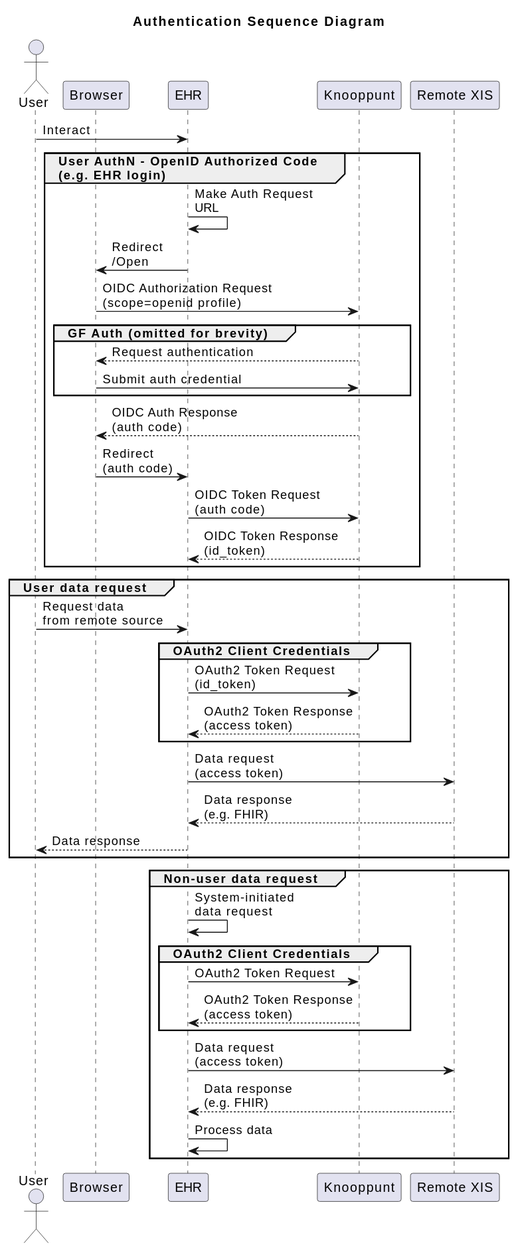
Earlier version of the PlantUML export docs/images/authentication-sd.svg (nuts-foundation/nuts-knooppunt).
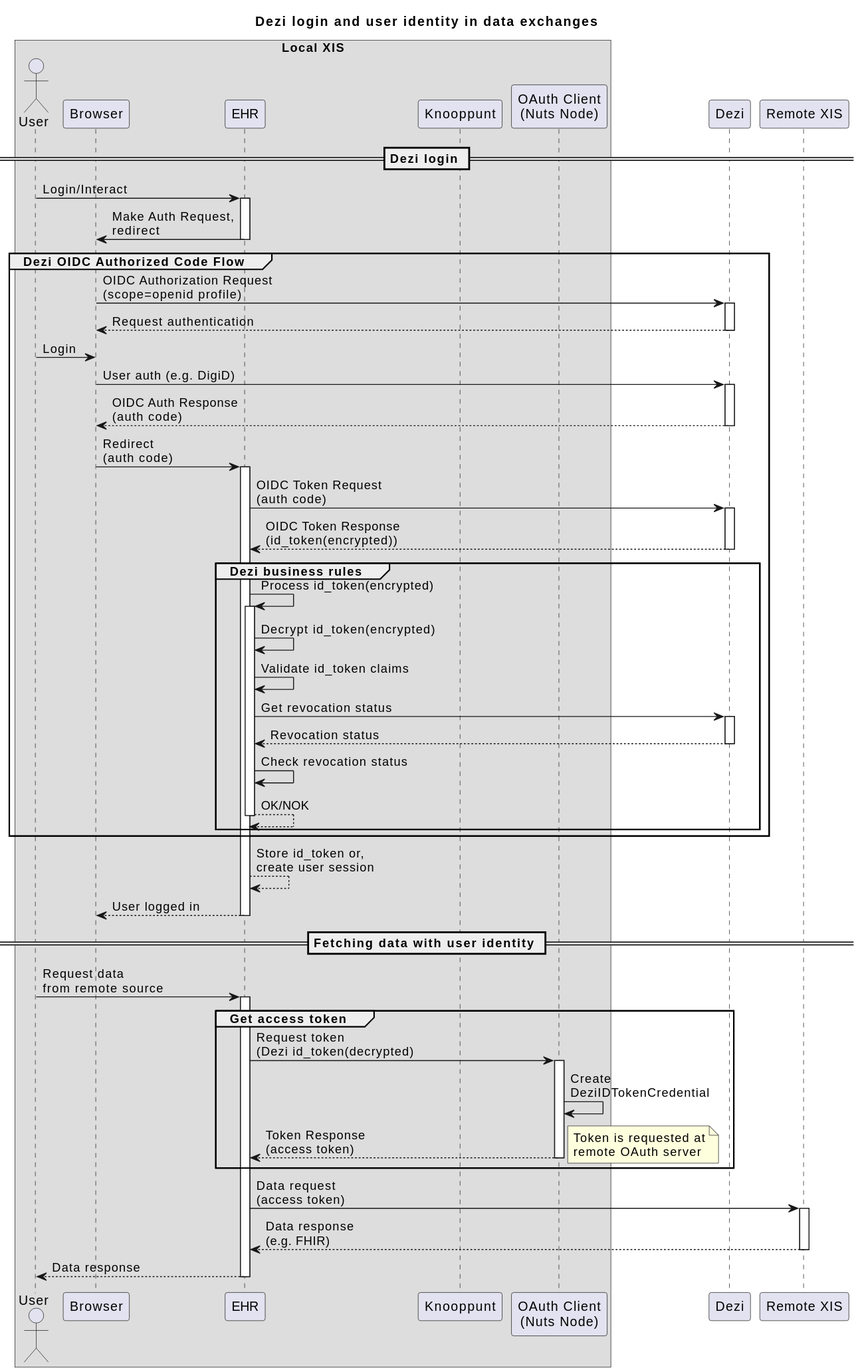
The same file after the commit.

Commit message:
Dezi credential implementation design (#363)

Diff of the diagram source:
```diff
@@ -1,51 +1,72 @@
 @startuml
-title Authentication Sequence Diagram
+title Dezi login and user identity in data exchanges
 
-actor User
-participant Browser
-participant EHR
-participant Knooppunt
-
+box "Local XIS"
+    actor User
+    participant Browser
+    participant EHR
+    participant Knooppunt
+    participant AuthClient as "OAuth Client\n(Nuts Node)"
+end box
+participant Dezi
 participant RemoteXIS as "Remote XIS"
 
-User -> EHR : Interact
-group User AuthN - OpenID Authorized Code\n(e.g. EHR login)
-    EHR -> EHR : Make Auth Request\nURL
-    EHR -> Browser : Redirect\n/Open
-    Browser -> Knooppunt : OIDC Authorization Request\n(scope=openid profile)
+== Dezi login ==
+User -> EHR : Login/Interact
+activate EHR
+EHR -> Browser : Make Auth Request,\nredirect
+deactivate EHR
+group Dezi OIDC Authorized Code Flow
+Browser -> Dezi : OIDC Authorization Request\n(scope=openid profile)
+activate Dezi
+Dezi --> Browser : Request authentication
+deactivate Dezi
 
-    group GF Auth (omitted for brevity)
-        Knooppunt --> Browser : Request authentication
-        Browser -> Knooppunt : Submit auth credential
-    end
+User -> Browser : Login
+Browser -> Dezi : User auth (e.g. DigiD)
+activate Dezi
+Dezi --> Browser : OIDC Auth Response\n(auth code)
+deactivate Dezi
+Browser -> EHR : Redirect\n(auth code)
+activate EHR
+EHR -> Dezi : OIDC Token Request\n(auth code)
+activate Dezi
+    Dezi --> EHR : OIDC Token Response\n(id_token(encrypted))
+deactivate Dezi
+group Dezi business rules
+    EHR -> EHR : Process id_token(encrypted)
+    activate EHR
+    EHR -> EHR : Decrypt id_token(encrypted)
+    EHR -> EHR : Validate id_token claims
+    EHR -> Dezi : Get revocation status
+    activate Dezi
+    Dezi --> EHR : Revocation status
+    deactivate Dezi
+    EHR -> EHR : Check revocation status
+    EHR --> EHR : OK/NOK
+    deactivate EHR
+end group
+end group
+EHR --> EHR : Store id_token or,\ncreate user session
+EHR --> Browser : User logged in
+deactivate EHR
 
-    Knooppunt --> Browser : OIDC Auth Response\n(auth code)
-    Browser -> EHR : Redirect\n(auth code)
-    EHR -> Knooppunt : OIDC Token Request\n(auth code)
-    Knooppunt --> EHR : OIDC Token Response\n(id_token)
+== Fetching data with user identity ==
+User -> EHR : Request data\nfrom remote source
+activate EHR
+group Get access token
+    EHR -> AuthClient : Request token\n(Dezi id_token(decrypted)
+    activate AuthClient
+    AuthClient -> AuthClient : Create\nDeziIDTokenCredential
+    AuthClient --> EHR : Token Response\n(access token)
+    note right : Token is requested at\nremote OAuth server
+    deactivate AuthClient
 end
 
-group User data request
-    User -> EHR : Request data\nfrom remote source
-    group OAuth2 Client Credentials
-        EHR -> Knooppunt : OAuth2 Token Request\n(id_token)
-        Knooppunt --> EHR : OAuth2 Token Response\n(access token)
-    end
-
-    EHR -> RemoteXIS : Data request\n(access token)
-    RemoteXIS --> EHR : Data response\n(e.g. FHIR)
-    EHR --> User : Data response
-end
-
-group Non-user data request
-    EHR -> EHR : System-initiated\ndata request
-    group OAuth2 Client Credentials
-        EHR -> Knooppunt : OAuth2 Token Request
-        Knooppunt --> EHR : OAuth2 Token Response\n(access token)
-    end
-
-    EHR -> RemoteXIS : Data request\n(access token)
-    RemoteXIS --> EHR : Data response\n(e.g. FHIR)
-    EHR -> EHR : Process data
-end
+EHR -> RemoteXIS : Data request\n(access token)
+activate RemoteXIS
+RemoteXIS --> EHR : Data response\n(e.g. FHIR)
+deactivate RemoteXIS
+EHR --> User : Data response
+deactivate EHR
 @enduml
```
